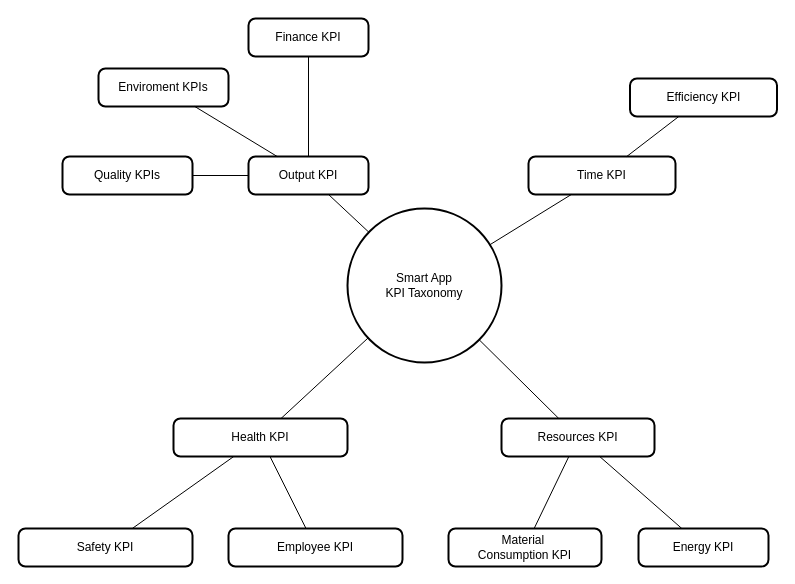
Earlier version of the draw.io diagram Taxonomy/Taxonomy Example.drawio (sa-team-d/tax_kb). Source tidied: cells renumbered, new cells numbered last; positions are measured from the earlier drawing's top-left corner, leaving out a move shared by most shapes. Both pictures are drawn from the tidied source at 100%, with x=0, y=0 at pixel (18, 18).
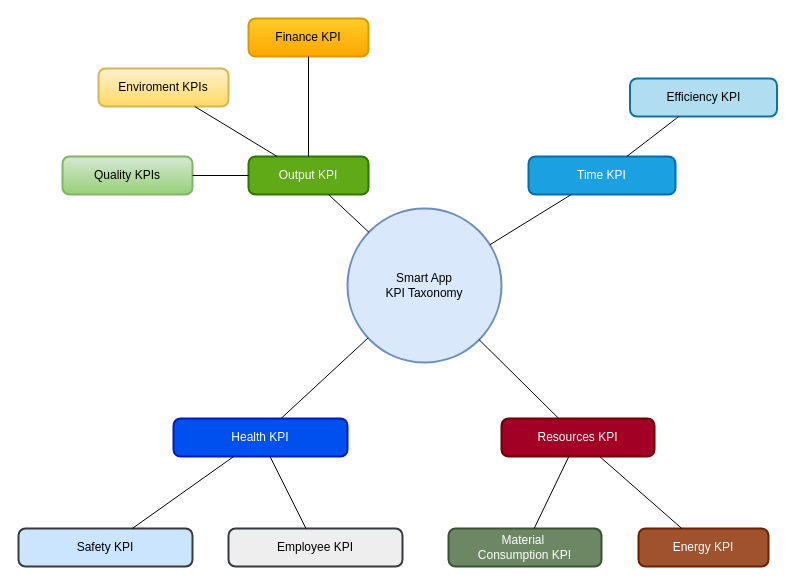
The same page after the edit.

Commit message (it also covers changes not shown here):
Update taxonomy graph

What changed in the source:
```diff
@@
-    <mxCell id="2" value="Smart App&#10;KPI Taxonomy" style="ellipse;strokeWidth=2;whiteSpace=wrap;" parent="1" vertex="1">
+    <mxCell id="2" value="Smart App&#10;KPI Taxonomy" style="ellipse;strokeWidth=2;whiteSpace=wrap;fillColor=#dae8fc;strokeColor=#6c8ebf;" parent="1" vertex="1">
       <mxGeometry x="329" y="190" width="154" height="154" as="geometry" />
     </mxCell>
-    <mxCell id="3" value="Time KPI" style="rounded=1;absoluteArcSize=1;arcSize=14;whiteSpace=wrap;strokeWidth=2;" parent="1" vertex="1">
+    <mxCell id="3" value="Time KPI" style="rounded=1;absoluteArcSize=1;arcSize=14;whiteSpace=wrap;strokeWidth=2;fillColor=#1ba1e2;fontColor=#ffffff;strokeColor=#006EAF;" parent="1" vertex="1">
       <mxGeometry x="510" y="138" width="147" height="38" as="geometry" />
     </mxCell>
-    <mxCell id="4" value="Resources KPI" style="rounded=1;absoluteArcSize=1;arcSize=14;whiteSpace=wrap;strokeWidth=2;" parent="1" vertex="1">
+    <mxCell id="4" value="Resources KPI" style="rounded=1;absoluteArcSize=1;arcSize=14;whiteSpace=wrap;strokeWidth=2;fillColor=#a20025;fontColor=#ffffff;strokeColor=#6F0000;" parent="1" vertex="1">
       <mxGeometry x="483" y="400" width="153" height="38" as="geometry" />
     </mxCell>
-    <mxCell id="5" value="Energy KPI" style="rounded=1;absoluteArcSize=1;arcSize=14;whiteSpace=wrap;strokeWidth=2;" parent="1" vertex="1">
+    <mxCell id="5" value="Energy KPI" style="rounded=1;absoluteArcSize=1;arcSize=14;whiteSpace=wrap;strokeWidth=2;fillColor=#a0522d;fontColor=#ffffff;strokeColor=#6D1F00;" parent="1" vertex="1">
       <mxGeometry x="620" y="510" width="130" height="38" as="geometry" />
     </mxCell>
-    <mxCell id="6" value="Health KPI" style="rounded=1;absoluteArcSize=1;arcSize=14;whiteSpace=wrap;strokeWidth=2;" parent="1" vertex="1">
+    <mxCell id="6" value="Health KPI" style="rounded=1;absoluteArcSize=1;arcSize=14;whiteSpace=wrap;strokeWidth=2;fillColor=#0050ef;fontColor=#ffffff;strokeColor=#001DBC;" parent="1" vertex="1">
       <mxGeometry x="155" y="400" width="174" height="38" as="geometry" />
     </mxCell>
-    <mxCell id="7" value="Output KPI" style="rounded=1;absoluteArcSize=1;arcSize=14;whiteSpace=wrap;strokeWidth=2;" parent="1" vertex="1">
+    <mxCell id="7" value="Output KPI" style="rounded=1;absoluteArcSize=1;arcSize=14;whiteSpace=wrap;strokeWidth=2;fillColor=#60a917;fontColor=#ffffff;strokeColor=#2D7600;" parent="1" vertex="1">
       <mxGeometry x="230" y="138" width="120" height="38" as="geometry" />
     </mxCell>
@@
-    <mxCell id="13" value="Enviroment KPIs" style="rounded=1;absoluteArcSize=1;arcSize=14;whiteSpace=wrap;strokeWidth=2;" parent="1" vertex="1">
+    <mxCell id="13" value="Enviroment KPIs" style="rounded=1;absoluteArcSize=1;arcSize=14;whiteSpace=wrap;strokeWidth=2;fillColor=#fff2cc;gradientColor=#ffd966;strokeColor=#d6b656;" parent="1" vertex="1">
       <mxGeometry x="80" y="50" width="130" height="38" as="geometry" />
     </mxCell>
@@
-    <mxCell id="15" value="Efficiency KPI" style="rounded=1;absoluteArcSize=1;arcSize=14;whiteSpace=wrap;strokeWidth=2;" parent="1" vertex="1">
+    <mxCell id="15" value="Efficiency KPI" style="rounded=1;absoluteArcSize=1;arcSize=14;whiteSpace=wrap;strokeWidth=2;fillColor=#b1ddf0;strokeColor=#10739e;" parent="1" vertex="1">
       <mxGeometry x="611.5" y="60" width="147" height="38" as="geometry" />
     </mxCell>
@@
-    <mxCell id="17" value="Safety KPI" style="rounded=1;absoluteArcSize=1;arcSize=14;whiteSpace=wrap;strokeWidth=2;" parent="1" vertex="1">
+    <mxCell id="17" value="Safety KPI" style="rounded=1;absoluteArcSize=1;arcSize=14;whiteSpace=wrap;strokeWidth=2;fillColor=#cce5ff;strokeColor=#36393d;" parent="1" vertex="1">
       <mxGeometry y="510" width="174" height="38" as="geometry" />
     </mxCell>
-    <mxCell id="18" value="Employee KPI" style="rounded=1;absoluteArcSize=1;arcSize=14;whiteSpace=wrap;strokeWidth=2;" parent="1" vertex="1">
+    <mxCell id="18" value="Employee KPI" style="rounded=1;absoluteArcSize=1;arcSize=14;whiteSpace=wrap;strokeWidth=2;fillColor=#eeeeee;strokeColor=#36393d;" parent="1" vertex="1">
       <mxGeometry x="210" y="510" width="174" height="38" as="geometry" />
     </mxCell>
@@
-    <mxCell id="21" value="Material &#10;Consumption KPI" style="rounded=1;absoluteArcSize=1;arcSize=14;whiteSpace=wrap;strokeWidth=2;" parent="1" vertex="1">
+    <mxCell id="21" value="Material &#10;Consumption KPI" style="rounded=1;absoluteArcSize=1;arcSize=14;whiteSpace=wrap;strokeWidth=2;fillColor=#6d8764;fontColor=#ffffff;strokeColor=#3A5431;" parent="1" vertex="1">
       <mxGeometry x="430" y="510" width="153" height="38" as="geometry" />
     </mxCell>
@@
-    <mxCell id="23" value="Finance KPI" style="rounded=1;absoluteArcSize=1;arcSize=14;whiteSpace=wrap;strokeWidth=2;" parent="1" vertex="1">
+    <mxCell id="23" value="Finance KPI" style="rounded=1;absoluteArcSize=1;arcSize=14;whiteSpace=wrap;strokeWidth=2;fillColor=#ffcd28;gradientColor=#ffa500;strokeColor=#d79b00;" parent="1" vertex="1">
       <mxGeometry x="230" width="120" height="38" as="geometry" />
     </mxCell>
@@
-    <mxCell id="25" value="Quality KPIs" style="rounded=1;absoluteArcSize=1;arcSize=14;whiteSpace=wrap;strokeWidth=2;" parent="1" vertex="1">
+    <mxCell id="25" value="Quality KPIs" style="rounded=1;absoluteArcSize=1;arcSize=14;whiteSpace=wrap;strokeWidth=2;fillColor=#d5e8d4;gradientColor=#97d077;strokeColor=#82b366;" parent="1" vertex="1">
       <mxGeometry x="44" y="138" width="130" height="38" as="geometry" />
     </mxCell>
```
